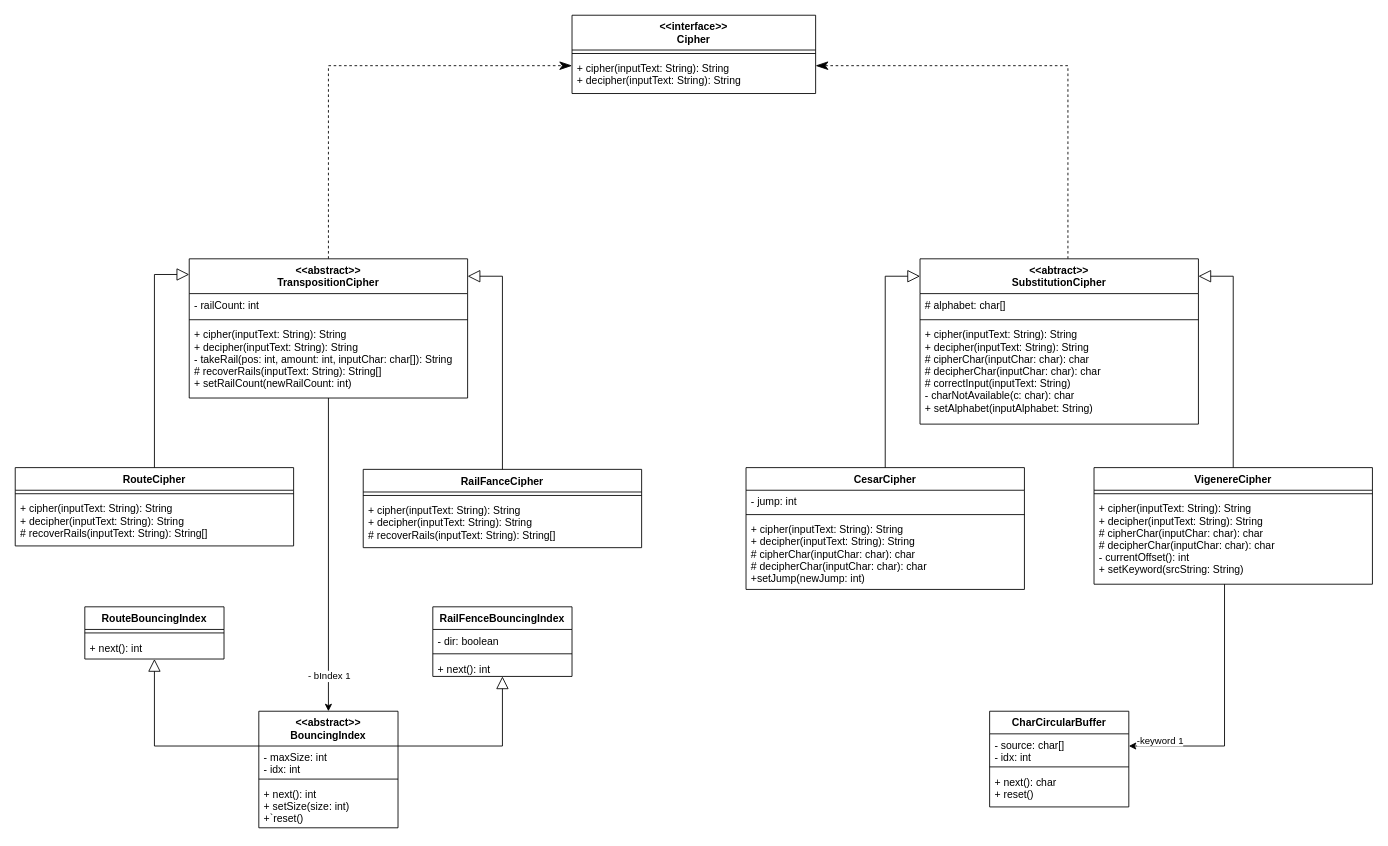
This is ej.drawio from Tzanimor/OO2, a draw.io file, before an edit. Source tidied: cells renumbered, new cells numbered last; positions are measured from the earlier drawing's top-left corner, leaving out a move shared by most shapes. Both pictures are drawn from the tidied source at 87%, with x=0, y=0 at pixel (15, 15).
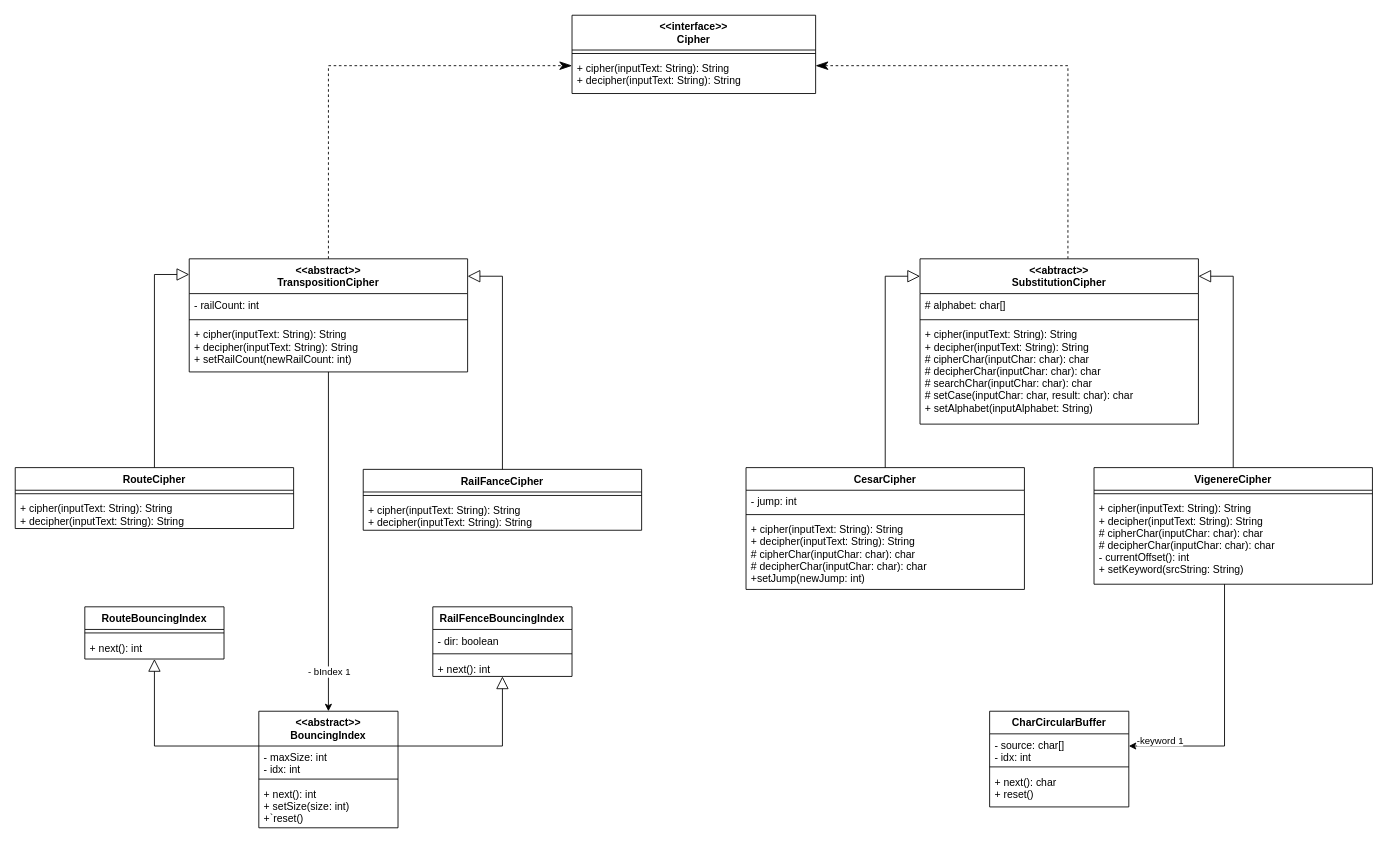
After the change.

Commit message:
UML upd

Unchanged cells that the change refers to:
```xml
<mxCell id="30" value="&lt;&lt;abtract&gt;&gt;&#10;SubstitutionCipher" style="swimlane;fontStyle=1;align=center;verticalAlign=top;horizontal=1;startSize=40;" parent="1" vertex="1">
  <mxGeometry x="1040" y="280" width="320" height="190" as="geometry" />
</mxCell>
```

What changed in the source:
```diff
@@
     <mxCell id="6" value="RailFanceCipher" style="swimlane;fontStyle=1;align=center;verticalAlign=top;horizontal=1;startSize=26;" parent="1" vertex="1">
-      <mxGeometry x="400" y="522" width="320" height="90" as="geometry" />
+      <mxGeometry x="400" y="522" width="320" height="70" as="geometry" />
     </mxCell>
@@
-    <mxCell id="8" value="+ cipher(inputText: String): String&#10;+ decipher(inputText: String): String&#10;# recoverRails(inputText: String): String[]" style="text;strokeColor=none;fillColor=none;align=left;verticalAlign=top;spacingLeft=4;spacingRight=4;overflow=hidden;" parent="6" vertex="1">
-      <mxGeometry y="34" width="320" height="56" as="geometry" />
+    <mxCell id="8" value="+ cipher(inputText: String): String&#10;+ decipher(inputText: String): String" style="text;strokeColor=none;fillColor=none;align=left;verticalAlign=top;spacingLeft=4;spacingRight=4;overflow=hidden;" parent="6" vertex="1">
+      <mxGeometry y="34" width="320" height="36" as="geometry" />
     </mxCell>
@@
-    <mxCell id="33" value="+ cipher(inputText: String): String&#10;+ decipher(inputText: String): String&#10;# cipherChar(inputChar: char): char&#10;# decipherChar(inputChar: char): char&#10;# correctInput(inputText: String)&#10;- charNotAvailable(c: char): char&#10;+ setAlphabet(inputAlphabet: String)" style="text;strokeColor=none;fillColor=none;align=left;verticalAlign=top;spacingLeft=4;spacingRight=4;overflow=hidden;" parent="30" vertex="1">
+    <mxCell id="33" value="+ cipher(inputText: String): String&#10;+ decipher(inputText: String): String&#10;# cipherChar(inputChar: char): char&#10;# decipherChar(inputChar: char): char&#10;# searchChar(inputChar: char): char&#10;# setCase(inputChar: char, result: char): char&#10;+ setAlphabet(inputAlphabet: String)" style="text;strokeColor=none;fillColor=none;align=left;verticalAlign=top;spacingLeft=4;spacingRight=4;overflow=hidden;" parent="30" vertex="1">
       <mxGeometry y="74" width="320" height="116" as="geometry" />
     </mxCell>
@@
     <mxCell id="36" value="&lt;&lt;abstract&gt;&gt;&#10;TranspositionCipher" style="swimlane;fontStyle=1;align=center;verticalAlign=top;horizontal=1;startSize=40;" parent="1" vertex="1">
-      <mxGeometry x="200" y="280" width="320" height="160" as="geometry" />
+      <mxGeometry x="200" y="280" width="320" height="130" as="geometry" />
     </mxCell>
@@
-    <mxCell id="39" value="+ cipher(inputText: String): String&#10;+ decipher(inputText: String): String&#10;- takeRail(pos: int, amount: int, inputChar: char[]): String&#10;# recoverRails(inputText: String): String[]&#10;+ setRailCount(newRailCount: int)" style="text;strokeColor=none;fillColor=none;align=left;verticalAlign=top;spacingLeft=4;spacingRight=4;overflow=hidden;" parent="36" vertex="1">
-      <mxGeometry y="74" width="320" height="86" as="geometry" />
+    <mxCell id="39" value="+ cipher(inputText: String): String&#10;+ decipher(inputText: String): String&#10;+ setRailCount(newRailCount: int)" style="text;strokeColor=none;fillColor=none;align=left;verticalAlign=top;spacingLeft=4;spacingRight=4;overflow=hidden;" parent="36" vertex="1">
+      <mxGeometry y="74" width="320" height="56" as="geometry" />
     </mxCell>
     <mxCell id="40" value="RouteCipher" style="swimlane;fontStyle=1;align=center;verticalAlign=top;horizontal=1;startSize=26;" parent="1" vertex="1">
-      <mxGeometry y="520" width="320" height="90" as="geometry" />
+      <mxGeometry y="520" width="320" height="70" as="geometry" />
     </mxCell>
@@
-    <mxCell id="42" value="+ cipher(inputText: String): String&#10;+ decipher(inputText: String): String&#10;# recoverRails(inputText: String): String[]" style="text;strokeColor=none;fillColor=none;align=left;verticalAlign=top;spacingLeft=4;spacingRight=4;overflow=hidden;" parent="40" vertex="1">
-      <mxGeometry y="34" width="320" height="56" as="geometry" />
+    <mxCell id="42" value="+ cipher(inputText: String): String&#10;+ decipher(inputText: String): String" style="text;strokeColor=none;fillColor=none;align=left;verticalAlign=top;spacingLeft=4;spacingRight=4;overflow=hidden;" parent="40" vertex="1">
+      <mxGeometry y="34" width="320" height="36" as="geometry" />
     </mxCell>
```
